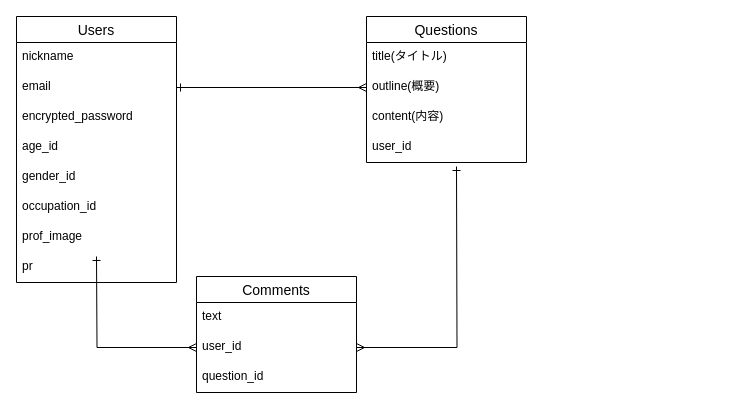
hiroaki-inori/original-app keeps this draw.io diagram as er.dio. Above is the earlier version. Source tidied: cells renumbered, new cells numbered last; positions are measured from the earlier drawing's top-left corner, leaving out a move shared by most shapes. Both pictures are drawn from the tidied source at 100%, with x=0, y=0 at pixel (16, 16).
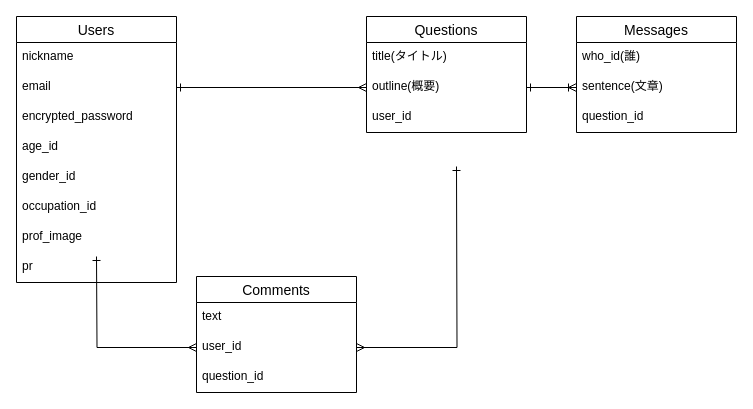
The same diagram, later.

Unchanged cells that the change refers to:
```xml
<mxCell id="8" value="outline(概要)" style="text;strokeColor=none;fillColor=none;spacingLeft=4;spacingRight=4;overflow=hidden;points=[[0,0.5],[1,0.5]];portConstraint=eastwest;fontSize=12;" parent="6" vertex="1">
  <mxGeometry y="56" width="160" height="30" as="geometry" />
</mxCell>
```

Diff of the diagram source:
```diff
@@
     <mxCell id="6" value="Questions" style="swimlane;fontStyle=0;horizontal=1;startSize=26;align=center;fontSize=14;" parent="1" vertex="1">
-      <mxGeometry x="350" width="160" height="146" as="geometry" />
+      <mxGeometry x="350" width="160" height="116" as="geometry" />
     </mxCell>
@@
-    <mxCell id="9" value="content(内容)" style="text;strokeColor=none;fillColor=none;spacingLeft=4;spacingRight=4;overflow=hidden;fontSize=12;" parent="6" vertex="1">
-      <mxGeometry y="86" width="160" height="30" as="geometry" />
-    </mxCell>
     <mxCell id="10" value="user_id" style="text;strokeColor=none;fillColor=none;spacingLeft=4;spacingRight=4;overflow=hidden;fontSize=12;" parent="6" vertex="1">
-      <mxGeometry y="116" width="160" height="30" as="geometry" />
+      <mxGeometry y="86" width="160" height="30" as="geometry" />
     </mxCell>
@@
+    <mxCell id="23" value="Messages" style="swimlane;fontStyle=0;horizontal=1;startSize=26;align=center;fontSize=14;" parent="1" vertex="1">
+      <mxGeometry x="560" width="160" height="116" as="geometry" />
+    </mxCell>
+    <mxCell id="24" value="who_id(誰)" style="text;strokeColor=none;fillColor=none;spacingLeft=4;spacingRight=4;overflow=hidden;fontSize=12;" parent="23" vertex="1">
+      <mxGeometry y="26" width="160" height="30" as="geometry" />
+    </mxCell>
+    <mxCell id="25" value="sentence(文章)" style="text;strokeColor=none;fillColor=none;spacingLeft=4;spacingRight=4;overflow=hidden;points=[[0,0.5],[1,0.5]];portConstraint=eastwest;fontSize=12;" parent="23" vertex="1">
+      <mxGeometry y="56" width="160" height="30" as="geometry" />
+    </mxCell>
+    <mxCell id="26" value="question_id" style="text;strokeColor=none;fillColor=none;spacingLeft=4;spacingRight=4;overflow=hidden;fontSize=12;" parent="23" vertex="1">
+      <mxGeometry y="86" width="160" height="30" as="geometry" />
+    </mxCell>
+    <mxCell id="27" style="edgeStyle=orthogonalEdgeStyle;rounded=0;jettySize=auto;html=1;exitX=0;exitY=0.5;exitDx=0;exitDy=0;entryX=1;entryY=0.5;entryDx=0;entryDy=0;startArrow=ERoneToMany;startFill=0;endArrow=ERone;endFill=0;" parent="1" edge="1" source="25" target="8">
+      <mxGeometry relative="1" as="geometry" />
+    </mxCell>
```
